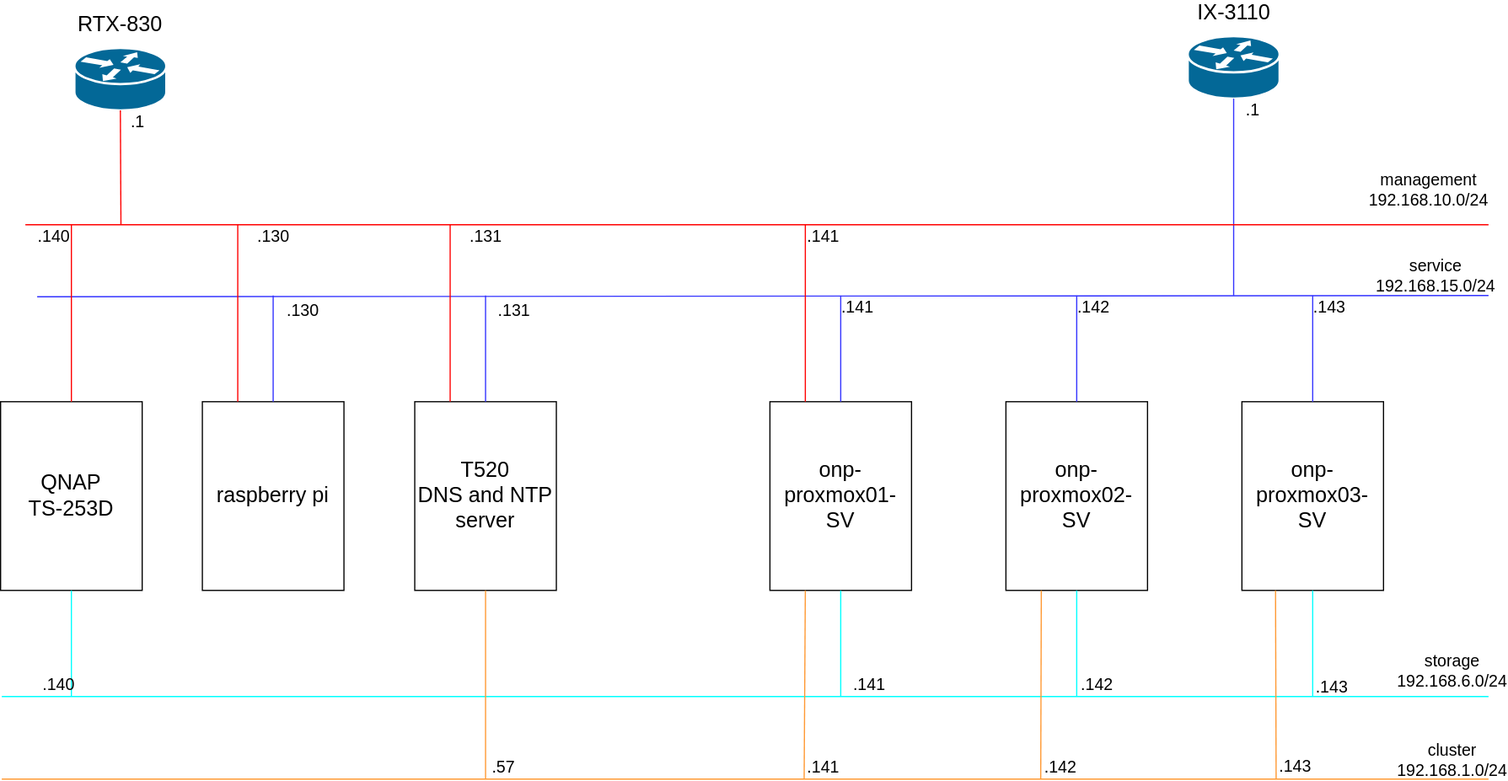
Above: maronhome in kubernetes Cloud.svg in maron-gt123/k8s-setup-for-proxmox (draw.io), before the change. Source tidied: cells renumbered, new cells last; positions are measured from the earlier drawing's top-left corner, leaving out a move shared by most shapes. Source of this version:
```xml
<mxGraphModel>
  <root>
    <mxCell id="0" />
    <mxCell id="1" parent="0" />
    <mxCell id="2" style="shape=mxgraph.cisco.routers.router;html=1;dashed=0;fillColor=#036897;strokeColor=#ffffff;strokeWidth=2;verticalLabelPosition=bottom;verticalAlign=top;align=center;outlineConnect=0;" parent="1" vertex="1">
      <mxGeometry x="62.5" y="40" width="78" height="53" as="geometry" />
    </mxCell>
    <mxCell id="3" style="shape=mxgraph.cisco.routers.router;html=1;dashed=0;fillColor=#036897;strokeColor=#ffffff;strokeWidth=2;verticalLabelPosition=bottom;verticalAlign=top;align=center;outlineConnect=0;" parent="1" vertex="1">
      <mxGeometry x="1006" y="30" width="78" height="53" as="geometry" />
    </mxCell>
    <mxCell id="4" style="endArrow=none;html=1;exitX=0.5;exitY=1;exitDx=0;exitDy=0;exitPerimeter=0;strokeColor=#FF0000;" parent="1" edge="1" source="2">
      <mxGeometry relative="1" as="geometry">
        <mxPoint x="102" y="190" as="targetPoint" />
      </mxGeometry>
    </mxCell>
    <mxCell id="5" style="endArrow=none;html=1;exitX=0.5;exitY=1;exitDx=0;exitDy=0;exitPerimeter=0;strokeColor=#3333FF;" parent="1" edge="1" source="3">
      <mxGeometry relative="1" as="geometry">
        <mxPoint x="1045" y="250" as="targetPoint" />
      </mxGeometry>
    </mxCell>
    <mxCell id="6" value="&lt;font style=&quot;font-size: 18px&quot;&gt;RTX-830&lt;/font&gt;" style="text;html=1;strokeColor=none;fillColor=none;align=center;verticalAlign=middle;whiteSpace=wrap;rounded=0;" parent="1" vertex="1">
      <mxGeometry x="56" y="10" width="91" height="20" as="geometry" />
    </mxCell>
    <mxCell id="7" value="&lt;span style=&quot;font-size: 18px&quot;&gt;IX-3110&lt;/span&gt;" style="text;html=1;strokeColor=none;fillColor=none;align=center;verticalAlign=middle;whiteSpace=wrap;rounded=0;" parent="1" vertex="1">
      <mxGeometry x="999.5" width="91" height="20" as="geometry" />
    </mxCell>
    <mxCell id="8" style="endArrow=none;html=1;strokeColor=#FF0000;" parent="1" edge="1">
      <mxGeometry relative="1" as="geometry">
        <mxPoint x="21" y="190" as="sourcePoint" />
        <mxPoint x="1261" y="190" as="targetPoint" />
      </mxGeometry>
    </mxCell>
    <mxCell id="9" style="endArrow=none;html=1;strokeColor=#3333FF;" parent="1" edge="1">
      <mxGeometry relative="1" as="geometry">
        <mxPoint x="31" y="251" as="sourcePoint" />
        <mxPoint x="1261" y="250" as="targetPoint" />
      </mxGeometry>
    </mxCell>
    <mxCell id="10" value="&lt;font style=&quot;font-size: 18px&quot;&gt;onp-proxmox01-SV&lt;/font&gt;" style="rounded=0;whiteSpace=wrap;html=1;" parent="1" vertex="1">
      <mxGeometry x="652" y="340" width="120" height="160" as="geometry" />
    </mxCell>
    <mxCell id="11" value="&lt;font style=&quot;font-size: 18px&quot;&gt;onp-proxmox02-SV&lt;/font&gt;" style="rounded=0;whiteSpace=wrap;html=1;" parent="1" vertex="1">
      <mxGeometry x="852" y="340" width="120" height="160" as="geometry" />
    </mxCell>
    <mxCell id="12" value="&lt;font style=&quot;font-size: 18px&quot;&gt;onp-proxmox03-SV&lt;/font&gt;" style="rounded=0;whiteSpace=wrap;html=1;" parent="1" vertex="1">
      <mxGeometry x="1052" y="340" width="120" height="160" as="geometry" />
    </mxCell>
    <mxCell id="13" value="&lt;font style=&quot;font-size: 14px&quot;&gt;management&lt;br&gt;192.168.10.0/24&lt;/font&gt;" style="text;html=1;strokeColor=none;fillColor=none;align=center;verticalAlign=middle;whiteSpace=wrap;rounded=0;" parent="1" vertex="1">
      <mxGeometry x="1165" y="150" width="91" height="20" as="geometry" />
    </mxCell>
    <mxCell id="14" value="&lt;font style=&quot;font-size: 14px&quot;&gt;service&lt;br&gt;192.168.15.0/24&lt;/font&gt;" style="text;html=1;strokeColor=none;fillColor=none;align=center;verticalAlign=middle;whiteSpace=wrap;rounded=0;" parent="1" vertex="1">
      <mxGeometry x="1171" y="223" width="91" height="20" as="geometry" />
    </mxCell>
    <mxCell id="15" style="endArrow=none;html=1;strokeColor=#3333FF;exitX=0.5;exitY=0;exitDx=0;exitDy=0;" parent="1" edge="1" source="10">
      <mxGeometry relative="1" as="geometry">
        <mxPoint x="712" y="250" as="targetPoint" />
      </mxGeometry>
    </mxCell>
    <mxCell id="16" style="endArrow=none;html=1;strokeColor=#3333FF;entryX=0.5;entryY=0;entryDx=0;entryDy=0;" parent="1" edge="1" target="11">
      <mxGeometry relative="1" as="geometry">
        <mxPoint x="912" y="250" as="sourcePoint" />
      </mxGeometry>
    </mxCell>
    <mxCell id="17" style="endArrow=none;html=1;strokeColor=#3333FF;entryX=0.5;entryY=0;entryDx=0;entryDy=0;" parent="1" edge="1" target="12">
      <mxGeometry relative="1" as="geometry">
        <mxPoint x="1112" y="250" as="sourcePoint" />
      </mxGeometry>
    </mxCell>
    <mxCell id="18" value="&lt;span style=&quot;font-size: 14px&quot;&gt;.141&lt;/span&gt;" style="text;html=1;strokeColor=none;fillColor=none;align=center;verticalAlign=middle;whiteSpace=wrap;rounded=0;" parent="1" vertex="1">
      <mxGeometry x="681" y="250" width="91" height="20" as="geometry" />
    </mxCell>
    <mxCell id="19" style="endArrow=none;html=1;strokeColor=#00FFFF;" parent="1" edge="1">
      <mxGeometry relative="1" as="geometry">
        <mxPoint x="1" y="590" as="sourcePoint" />
        <mxPoint x="1261" y="590" as="targetPoint" />
      </mxGeometry>
    </mxCell>
    <mxCell id="20" style="endArrow=none;html=1;strokeColor=#00FFFF;exitX=0.5;exitY=1;exitDx=0;exitDy=0;" parent="1" edge="1" source="10">
      <mxGeometry relative="1" as="geometry">
        <mxPoint x="712" y="590" as="targetPoint" />
      </mxGeometry>
    </mxCell>
    <mxCell id="21" style="endArrow=none;html=1;strokeColor=#00FFFF;exitX=0.5;exitY=1;exitDx=0;exitDy=0;" parent="1" edge="1" source="11">
      <mxGeometry relative="1" as="geometry">
        <mxPoint x="912" y="590" as="targetPoint" />
      </mxGeometry>
    </mxCell>
    <mxCell id="22" value="&lt;span style=&quot;font-size: 14px&quot;&gt;.141&lt;/span&gt;" style="text;html=1;strokeColor=none;fillColor=none;align=center;verticalAlign=middle;whiteSpace=wrap;rounded=0;" parent="1" vertex="1">
      <mxGeometry x="691" y="570" width="91" height="20" as="geometry" />
    </mxCell>
    <mxCell id="23" value="&lt;span style=&quot;font-size: 14px&quot;&gt;.142&lt;/span&gt;" style="text;html=1;strokeColor=none;fillColor=none;align=center;verticalAlign=middle;whiteSpace=wrap;rounded=0;" parent="1" vertex="1">
      <mxGeometry x="884" y="570" width="91" height="20" as="geometry" />
    </mxCell>
    <mxCell id="24" value="&lt;font style=&quot;font-size: 14px&quot;&gt;storage&lt;br&gt;192.168.6.0/24&lt;/font&gt;" style="text;html=1;strokeColor=none;fillColor=none;align=center;verticalAlign=middle;whiteSpace=wrap;rounded=0;" parent="1" vertex="1">
      <mxGeometry x="1185" y="558" width="91" height="20" as="geometry" />
    </mxCell>
    <mxCell id="25" value="&lt;font style=&quot;font-size: 18px&quot;&gt;QNAP&lt;br&gt;TS-253D&lt;/font&gt;" style="rounded=0;whiteSpace=wrap;html=1;" parent="1" vertex="1">
      <mxGeometry y="340" width="120" height="160" as="geometry" />
    </mxCell>
    <mxCell id="26" style="endArrow=none;html=1;strokeColor=#00FFFF;exitX=0.5;exitY=1;exitDx=0;exitDy=0;" parent="1" edge="1" source="25">
      <mxGeometry relative="1" as="geometry">
        <mxPoint x="60" y="590" as="targetPoint" />
      </mxGeometry>
    </mxCell>
    <mxCell id="27" value="&lt;span style=&quot;font-size: 14px&quot;&gt;.140&lt;/span&gt;" style="text;html=1;strokeColor=none;fillColor=none;align=center;verticalAlign=middle;whiteSpace=wrap;rounded=0;" parent="1" vertex="1">
      <mxGeometry y="190" width="91" height="20" as="geometry" />
    </mxCell>
    <mxCell id="28" style="endArrow=none;html=1;strokeColor=#FF0000;entryX=0.5;entryY=0;entryDx=0;entryDy=0;" parent="1" edge="1" target="25">
      <mxGeometry relative="1" as="geometry">
        <mxPoint x="60" y="190" as="sourcePoint" />
      </mxGeometry>
    </mxCell>
    <mxCell id="29" value="&lt;span style=&quot;font-size: 14px&quot;&gt;.140&lt;/span&gt;" style="text;html=1;strokeColor=none;fillColor=none;align=center;verticalAlign=middle;whiteSpace=wrap;rounded=0;" parent="1" vertex="1">
      <mxGeometry x="4" y="570" width="91" height="20" as="geometry" />
    </mxCell>
    <mxCell id="30" value="&lt;span style=&quot;font-size: 14px&quot;&gt;.1&lt;/span&gt;" style="text;html=1;strokeColor=none;fillColor=none;align=center;verticalAlign=middle;whiteSpace=wrap;rounded=0;" parent="1" vertex="1">
      <mxGeometry x="71" y="93" width="91" height="20" as="geometry" />
    </mxCell>
    <mxCell id="31" value="&lt;span style=&quot;font-size: 14px&quot;&gt;.1&lt;/span&gt;" style="text;html=1;strokeColor=none;fillColor=none;align=center;verticalAlign=middle;whiteSpace=wrap;rounded=0;" parent="1" vertex="1">
      <mxGeometry x="1016" y="83" width="91" height="20" as="geometry" />
    </mxCell>
    <mxCell id="32" style="endArrow=none;html=1;strokeColor=#FF9933;" parent="1" edge="1">
      <mxGeometry relative="1" as="geometry">
        <mxPoint x="1" y="660" as="sourcePoint" />
        <mxPoint x="1261" y="660" as="targetPoint" />
      </mxGeometry>
    </mxCell>
    <mxCell id="33" style="endArrow=none;html=1;strokeColor=#FF9933;exitX=0.25;exitY=1;exitDx=0;exitDy=0;" parent="1" edge="1" source="10">
      <mxGeometry relative="1" as="geometry">
        <mxPoint x="681" y="660" as="targetPoint" />
      </mxGeometry>
    </mxCell>
    <mxCell id="34" style="endArrow=none;html=1;strokeColor=#FF9933;exitX=0.25;exitY=1;exitDx=0;exitDy=0;" parent="1" edge="1" source="11">
      <mxGeometry relative="1" as="geometry">
        <mxPoint x="881.5" y="660" as="targetPoint" />
      </mxGeometry>
    </mxCell>
    <mxCell id="35" value="&lt;span style=&quot;font-size: 14px&quot;&gt;cluster&lt;br&gt;192.168.1.0/24&lt;br&gt;&lt;/span&gt;" style="text;html=1;strokeColor=none;fillColor=none;align=center;verticalAlign=middle;whiteSpace=wrap;rounded=0;" parent="1" vertex="1">
      <mxGeometry x="1185" y="634" width="91" height="20" as="geometry" />
    </mxCell>
    <mxCell id="36" value="&lt;span style=&quot;font-size: 14px&quot;&gt;.141&lt;/span&gt;" style="text;html=1;strokeColor=none;fillColor=none;align=center;verticalAlign=middle;whiteSpace=wrap;rounded=0;" parent="1" vertex="1">
      <mxGeometry x="652" y="640" width="91" height="20" as="geometry" />
    </mxCell>
    <mxCell id="37" value="&lt;span style=&quot;font-size: 14px&quot;&gt;.142&lt;/span&gt;" style="text;html=1;strokeColor=none;fillColor=none;align=center;verticalAlign=middle;whiteSpace=wrap;rounded=0;" parent="1" vertex="1">
      <mxGeometry x="852.5" y="640" width="91" height="20" as="geometry" />
    </mxCell>
    <mxCell id="38" style="endArrow=none;html=1;strokeColor=#FF0000;entryX=0.25;entryY=0;entryDx=0;entryDy=0;" parent="1" edge="1" target="10">
      <mxGeometry relative="1" as="geometry">
        <mxPoint x="682" y="190" as="sourcePoint" />
      </mxGeometry>
    </mxCell>
    <mxCell id="39" value="&lt;span style=&quot;font-size: 14px&quot;&gt;.142&lt;/span&gt;" style="text;html=1;strokeColor=none;fillColor=none;align=center;verticalAlign=middle;whiteSpace=wrap;rounded=0;" parent="1" vertex="1">
      <mxGeometry x="881" y="250" width="91" height="20" as="geometry" />
    </mxCell>
    <mxCell id="40" value="&lt;span style=&quot;font-size: 14px&quot;&gt;.143&lt;/span&gt;" style="text;html=1;strokeColor=none;fillColor=none;align=center;verticalAlign=middle;whiteSpace=wrap;rounded=0;" parent="1" vertex="1">
      <mxGeometry x="1081" y="250" width="91" height="20" as="geometry" />
    </mxCell>
    <mxCell id="41" value="&lt;span style=&quot;font-size: 14px&quot;&gt;.141&lt;/span&gt;" style="text;html=1;strokeColor=none;fillColor=none;align=center;verticalAlign=middle;whiteSpace=wrap;rounded=0;" parent="1" vertex="1">
      <mxGeometry x="652" y="190" width="91" height="20" as="geometry" />
    </mxCell>
    <mxCell id="42" value="&lt;span style=&quot;font-size: 18px&quot;&gt;T520&lt;br&gt;DNS and NTP&lt;br&gt;server&lt;br&gt;&lt;/span&gt;" style="rounded=0;whiteSpace=wrap;html=1;" parent="1" vertex="1">
      <mxGeometry x="351" y="340" width="120" height="160" as="geometry" />
    </mxCell>
    <mxCell id="43" style="endArrow=none;html=1;strokeColor=#FF0000;entryX=0.25;entryY=0;entryDx=0;entryDy=0;" parent="1" edge="1" target="42">
      <mxGeometry relative="1" as="geometry">
        <mxPoint x="381" y="190" as="sourcePoint" />
      </mxGeometry>
    </mxCell>
    <mxCell id="44" style="endArrow=none;html=1;strokeColor=#3333FF;exitX=0.5;exitY=0;exitDx=0;exitDy=0;" parent="1" edge="1" source="42">
      <mxGeometry relative="1" as="geometry">
        <mxPoint x="411" y="250" as="targetPoint" />
      </mxGeometry>
    </mxCell>
    <mxCell id="45" value="&lt;span style=&quot;font-size: 14px&quot;&gt;.131&lt;/span&gt;" style="text;html=1;strokeColor=none;fillColor=none;align=center;verticalAlign=middle;whiteSpace=wrap;rounded=0;" parent="1" vertex="1">
      <mxGeometry x="390" y="253" width="91" height="20" as="geometry" />
    </mxCell>
    <mxCell id="46" value="&lt;span style=&quot;font-size: 14px&quot;&gt;.130&lt;/span&gt;" style="text;html=1;strokeColor=none;fillColor=none;align=center;verticalAlign=middle;whiteSpace=wrap;rounded=0;" parent="1" vertex="1">
      <mxGeometry x="185.5" y="190" width="91" height="20" as="geometry" />
    </mxCell>
    <mxCell id="47" style="endArrow=none;html=1;strokeColor=#FF9933;exitX=0.5;exitY=1;exitDx=0;exitDy=0;" parent="1" edge="1" source="42">
      <mxGeometry relative="1" as="geometry">
        <mxPoint x="411" y="660" as="targetPoint" />
      </mxGeometry>
    </mxCell>
    <mxCell id="48" value="&lt;span style=&quot;font-size: 14px&quot;&gt;.57&lt;/span&gt;" style="text;html=1;strokeColor=none;fillColor=none;align=center;verticalAlign=middle;whiteSpace=wrap;rounded=0;" parent="1" vertex="1">
      <mxGeometry x="381" y="640" width="91" height="20" as="geometry" />
    </mxCell>
    <mxCell id="49" value="&lt;span style=&quot;font-size: 14px&quot;&gt;.143&lt;/span&gt;" style="text;html=1;strokeColor=none;fillColor=none;align=center;verticalAlign=middle;whiteSpace=wrap;rounded=0;" parent="1" vertex="1">
      <mxGeometry x="1083" y="572" width="91" height="20" as="geometry" />
    </mxCell>
    <mxCell id="50" style="endArrow=none;html=1;strokeColor=#00FFFF;exitX=0.5;exitY=1;exitDx=0;exitDy=0;" parent="1" edge="1" source="12">
      <mxGeometry relative="1" as="geometry">
        <mxPoint x="1112" y="590" as="targetPoint" />
      </mxGeometry>
    </mxCell>
    <mxCell id="51" value="&lt;span style=&quot;font-size: 14px&quot;&gt;.143&lt;/span&gt;" style="text;html=1;strokeColor=none;fillColor=none;align=center;verticalAlign=middle;whiteSpace=wrap;rounded=0;" parent="1" vertex="1">
      <mxGeometry x="1052" y="639" width="91" height="20" as="geometry" />
    </mxCell>
    <mxCell id="52" style="endArrow=none;html=1;strokeColor=#FF9933;exitX=0.25;exitY=1;exitDx=0;exitDy=0;" parent="1" edge="1">
      <mxGeometry relative="1" as="geometry">
        <mxPoint x="1080.5" y="500" as="sourcePoint" />
        <mxPoint x="1081" y="660" as="targetPoint" />
      </mxGeometry>
    </mxCell>
    <mxCell id="53" value="&lt;font style=&quot;font-size: 18px&quot;&gt;raspberry pi&lt;/font&gt;" style="rounded=0;whiteSpace=wrap;html=1;" parent="1" vertex="1">
      <mxGeometry x="171" y="340" width="120" height="160" as="geometry" />
    </mxCell>
    <mxCell id="54" style="endArrow=none;html=1;strokeColor=#FF0000;entryX=0.25;entryY=0;entryDx=0;entryDy=0;" parent="1" edge="1" target="53">
      <mxGeometry relative="1" as="geometry">
        <mxPoint x="201" y="190" as="sourcePoint" />
      </mxGeometry>
    </mxCell>
    <mxCell id="55" style="endArrow=none;html=1;strokeColor=#3333FF;entryX=0.5;entryY=0;entryDx=0;entryDy=0;" parent="1" edge="1" target="53">
      <mxGeometry relative="1" as="geometry">
        <mxPoint x="231" y="250" as="sourcePoint" />
      </mxGeometry>
    </mxCell>
    <mxCell id="56" value="&lt;span style=&quot;font-size: 14px&quot;&gt;.131&lt;/span&gt;" style="text;html=1;strokeColor=none;fillColor=none;align=center;verticalAlign=middle;whiteSpace=wrap;rounded=0;" parent="1" vertex="1">
      <mxGeometry x="365.5" y="190" width="91" height="20" as="geometry" />
    </mxCell>
    <mxCell id="57" value="&lt;span style=&quot;font-size: 14px&quot;&gt;.130&lt;/span&gt;" style="text;html=1;strokeColor=none;fillColor=none;align=center;verticalAlign=middle;whiteSpace=wrap;rounded=0;" parent="1" vertex="1">
      <mxGeometry x="211" y="253" width="91" height="20" as="geometry" />
    </mxCell>
  </root>
</mxGraphModel>
```
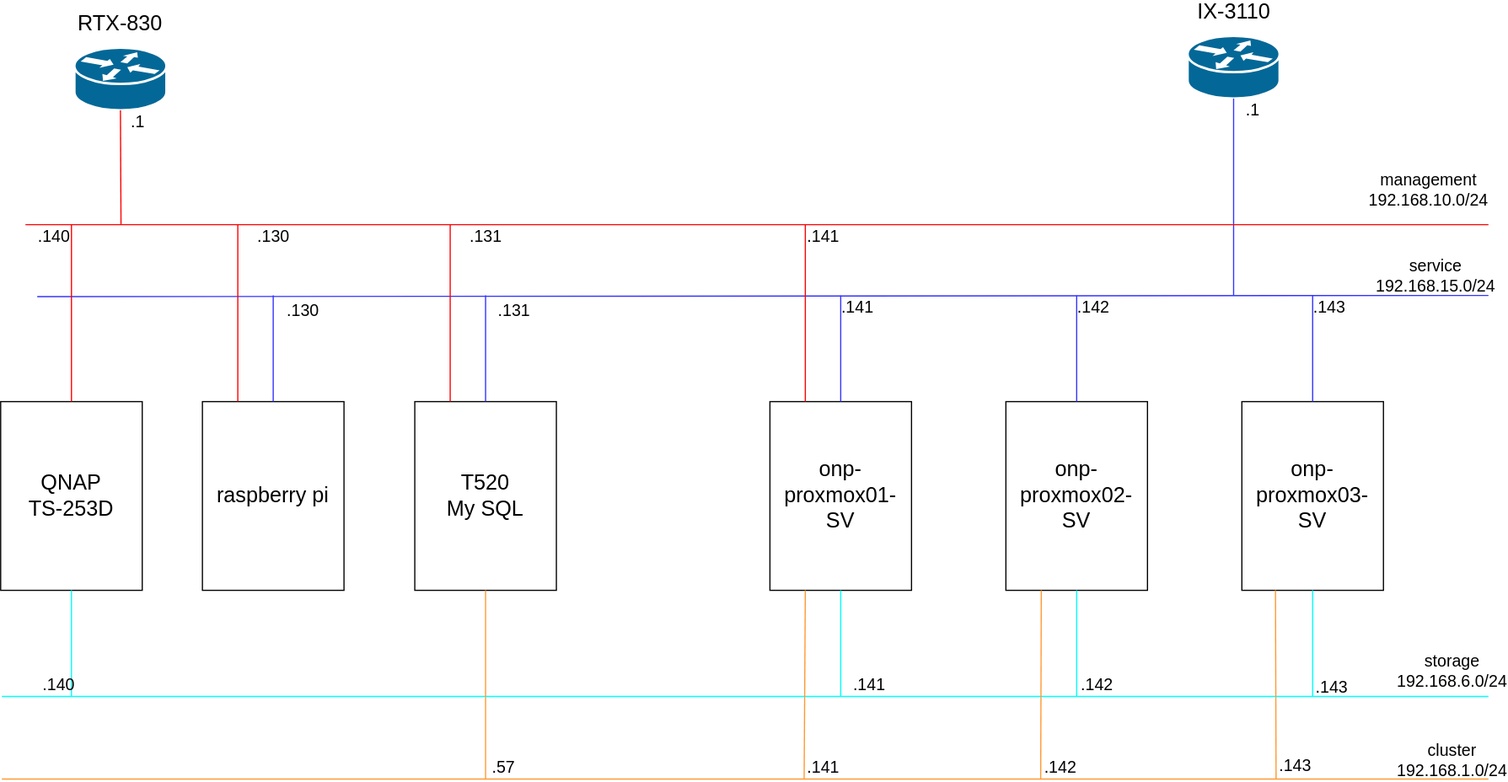
After the change.

Diff of the diagram source:
```diff
@@ -158,7 +158,7 @@
     <mxCell id="41" value="&lt;span style=&quot;font-size: 14px&quot;&gt;.141&lt;/span&gt;" style="text;html=1;strokeColor=none;fillColor=none;align=center;verticalAlign=middle;whiteSpace=wrap;rounded=0;" parent="1" vertex="1">
       <mxGeometry x="652" y="190" width="91" height="20" as="geometry" />
     </mxCell>
-    <mxCell id="42" value="&lt;span style=&quot;font-size: 18px&quot;&gt;T520&lt;br&gt;DNS and NTP&lt;br&gt;server&lt;br&gt;&lt;/span&gt;" style="rounded=0;whiteSpace=wrap;html=1;" parent="1" vertex="1">
+    <mxCell id="42" value="&lt;span style=&quot;font-size: 18px&quot;&gt;T520&lt;br&gt;My SQL&lt;br&gt;&lt;/span&gt;" style="rounded=0;whiteSpace=wrap;html=1;" parent="1" vertex="1">
       <mxGeometry x="351" y="340" width="120" height="160" as="geometry" />
     </mxCell>
     <mxCell id="43" style="endArrow=none;html=1;strokeColor=#FF0000;entryX=0.25;entryY=0;entryDx=0;entryDy=0;" parent="1" edge="1" target="42">
```
